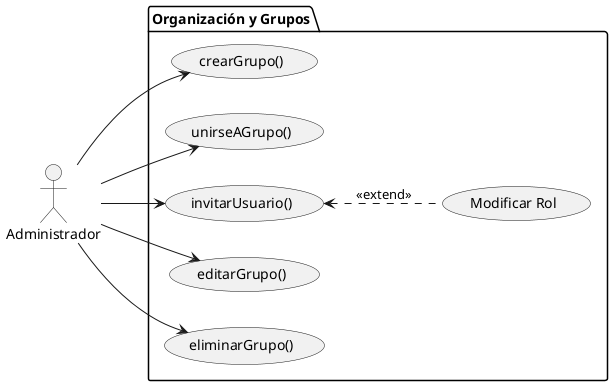
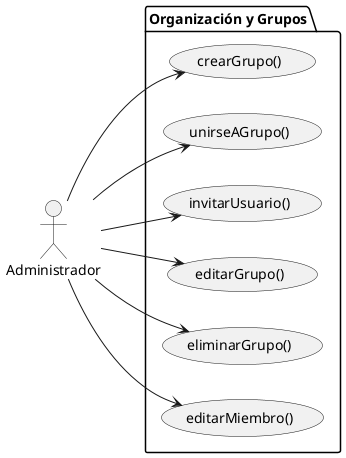
@startuml DiagramaOrganizaciónYGrupos
left to right direction
actor "Administrador" as Admin

package "Organización y Grupos" {
    usecase "crearGrupo()" as UC_G1
    usecase "unirseAGrupo()" as UC_G2
    usecase "invitarUsuario()" as UC_G3
    usecase "editarGrupo()" as UC_G4
    usecase "eliminarGrupo()" as UC_G5
- 
-     usecase "Modificar Rol" as UC_G6
+     usecase "editarMiembro()" as UC_G6
}

Admin --> UC_G1
Admin --> UC_G2
Admin --> UC_G3
Admin --> UC_G4
Admin --> UC_G5
- UC_G3 <.. UC_G6 : <<extend>>
- 
- 
+ Admin --> UC_G6

@enduml